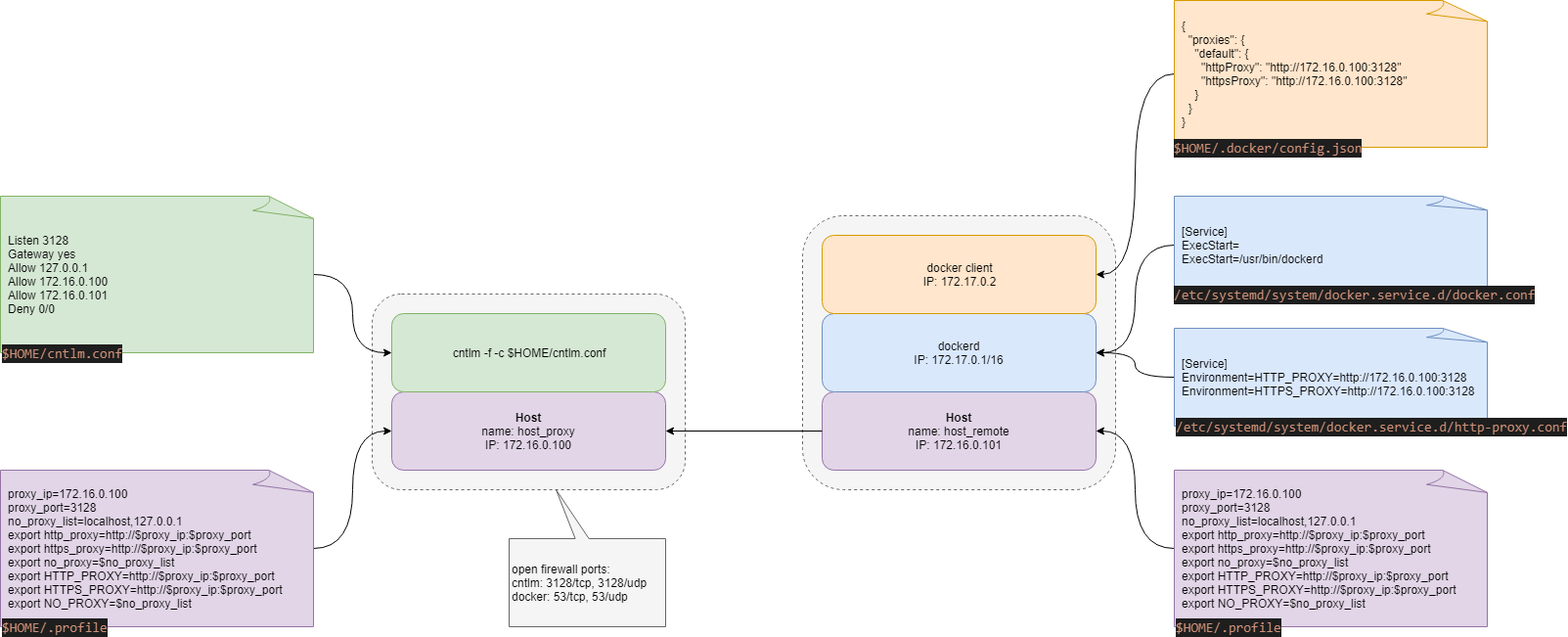
Above: docs/ProxyConfiguration.png in greenthegarden/ansible-proxy-test (draw.io), before the change. Source tidied: cells renumbered, new cells last; positions are measured from the earlier drawing's top-left corner, leaving out a move shared by most shapes.
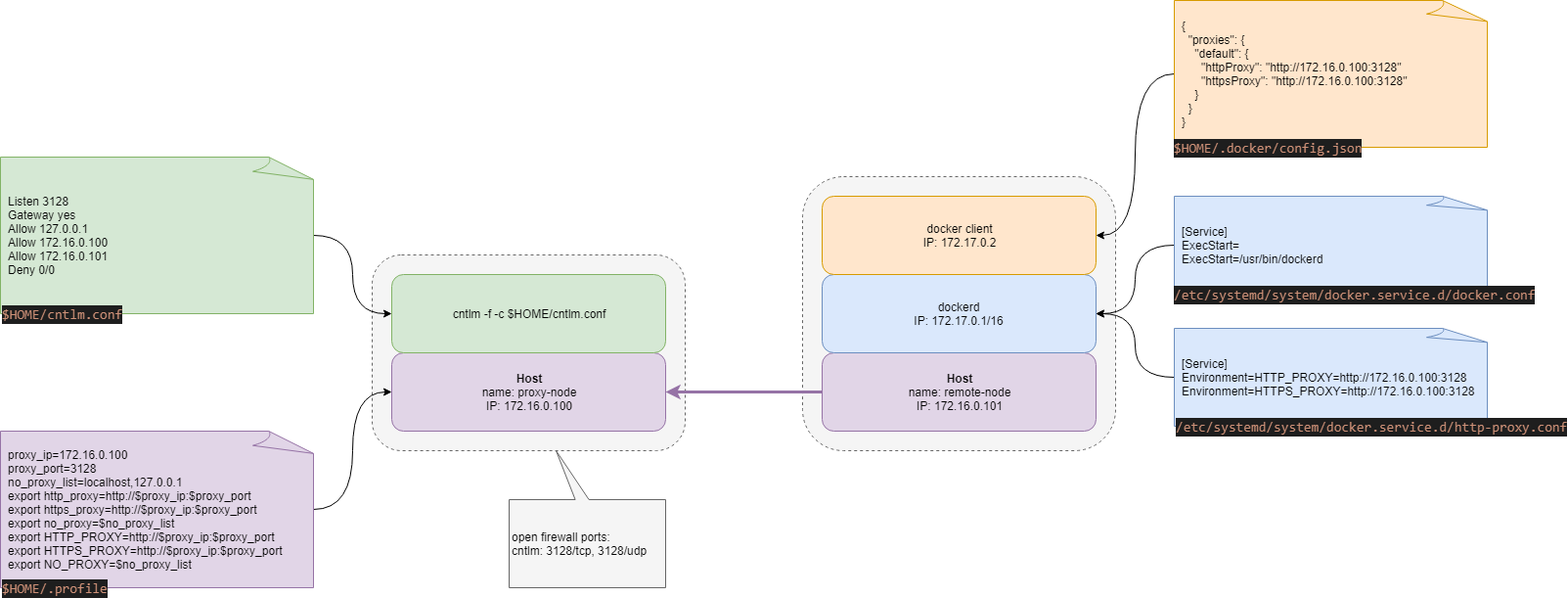
The same diagram one commit later.

The edit, as a diff of the source:
```diff
@@ -8,13 +8,13 @@
     <mxCell id="3" style="rounded=1;whiteSpace=wrap;html=1;labelBackgroundColor=#ffffff;align=left;dashed=1;fillColor=#f5f5f5;strokeColor=#666666;fontColor=#333333;" parent="1" vertex="1">
       <mxGeometry x="380" y="300" width="320" height="200" as="geometry" />
     </mxCell>
-    <mxCell id="4" value="&lt;b&gt;Host&lt;/b&gt;&lt;br&gt;name: host_proxy&lt;br&gt;IP: 172.16.0.100" style="rounded=1;whiteSpace=wrap;html=1;fillColor=#e1d5e7;strokeColor=#9673a6;" parent="1" vertex="1">
+    <mxCell id="4" value="&lt;b&gt;Host&lt;/b&gt;&lt;br&gt;name: proxy-node&lt;br&gt;IP: 172.16.0.100" style="rounded=1;whiteSpace=wrap;html=1;fillColor=#e1d5e7;strokeColor=#9673a6;" parent="1" vertex="1">
       <mxGeometry x="400" y="400" width="280" height="80" as="geometry" />
     </mxCell>
     <mxCell id="5" value="cntlm -f -c $HOME/cntlm.conf" style="rounded=1;whiteSpace=wrap;html=1;fillColor=#d5e8d4;strokeColor=#82b366;" parent="1" vertex="1">
       <mxGeometry x="400" y="320" width="280" height="80" as="geometry" />
     </mxCell>
-    <mxCell id="6" value="&lt;b&gt;Host&lt;/b&gt;&lt;br&gt;name: host_remote&lt;br&gt;IP: 172.16.0.101" style="rounded=1;whiteSpace=wrap;html=1;fillColor=#e1d5e7;strokeColor=#9673a6;" parent="1" vertex="1">
+    <mxCell id="6" value="&lt;b&gt;Host&lt;/b&gt;&lt;br&gt;name: remote-node&lt;br&gt;IP: 172.16.0.101" style="rounded=1;whiteSpace=wrap;html=1;fillColor=#e1d5e7;strokeColor=#9673a6;" parent="1" vertex="1">
       <mxGeometry x="840" y="400" width="280" height="80" as="geometry" />
     </mxCell>
     <mxCell id="7" value="dockerd&lt;br&gt;IP: 172.17.0.1/16" style="rounded=1;whiteSpace=wrap;html=1;fillColor=#dae8fc;strokeColor=#6c8ebf;" parent="1" vertex="1">
@@ -23,12 +23,9 @@
     <mxCell id="8" value="docker client&lt;br&gt;IP: 172.17.0.2" style="rounded=1;whiteSpace=wrap;html=1;fillColor=#ffe6cc;strokeColor=#d79b00;" parent="1" vertex="1">
       <mxGeometry x="840" y="240" width="280" height="80" as="geometry" />
     </mxCell>
-    <mxCell id="9" style="endArrow=classic;html=1;entryX=1;entryY=0.5;entryDx=0;entryDy=0;exitX=0;exitY=0.5;exitDx=0;exitDy=0;" parent="1" edge="1" source="6" target="4">
+    <mxCell id="9" style="endArrow=classic;html=1;entryX=1;entryY=0.5;entryDx=0;entryDy=0;exitX=0;exitY=0.5;exitDx=0;exitDy=0;fillColor=#e1d5e7;strokeColor=#9673a6;strokeWidth=3;" parent="1" edge="1" source="6" target="4">
       <mxGeometry relative="1" as="geometry" />
     </mxCell>
-    <mxCell id="10" style="endArrow=classic;html=1;exitX=0;exitY=0.5;exitDx=0;exitDy=0;exitPerimeter=0;entryX=1;entryY=0.5;entryDx=0;entryDy=0;edgeStyle=orthogonalEdgeStyle;elbow=vertical;curved=1;" parent="1" edge="1" source="27" target="6">
-      <mxGeometry relative="1" as="geometry" />
-    </mxCell>
     <mxCell id="11" style="endArrow=classic;html=1;entryX=1;entryY=0.5;entryDx=0;entryDy=0;exitX=0;exitY=0.5;exitDx=0;exitDy=0;exitPerimeter=0;edgeStyle=orthogonalEdgeStyle;curved=1;" parent="1" edge="1" source="17" target="7">
       <mxGeometry relative="1" as="geometry" />
     </mxCell>
@@ -45,7 +42,7 @@
       <mxGeometry relative="1" as="geometry" />
     </mxCell>
     <mxCell id="16" style="group;" parent="1" vertex="1">
-      <mxGeometry x="1200" y="335" width="320" height="110" as="geometry" />
+      <mxGeometry x="1200" y="375" width="320" height="110" as="geometry" />
     </mxCell>
     <mxCell id="17" value="[Service]&lt;br&gt;Environment=HTTP_PROXY=http://172.16.0.100:3128&lt;br&gt;Environment=HTTPS_PROXY=http://172.16.0.100:3128" style="whiteSpace=wrap;html=1;shape=mxgraph.basic.document;align=left;spacingLeft=5;fillColor=#dae8fc;strokeColor=#6c8ebf;" parent="16" vertex="1">
       <mxGeometry width="320" height="100" as="geometry" />
@@ -54,7 +51,7 @@
       <mxGeometry y="90" width="40" height="20" as="geometry" />
     </mxCell>
     <mxCell id="19" style="group;" parent="1" vertex="1">
-      <mxGeometry x="1200" y="200" width="320" height="110" as="geometry" />
+      <mxGeometry x="1200" y="240" width="320" height="110" as="geometry" />
     </mxCell>
     <mxCell id="20" value="[Service]&lt;br&gt;ExecStart=&lt;br&gt;ExecStart=/usr/bin/dockerd" style="whiteSpace=wrap;html=1;shape=mxgraph.basic.document;align=left;spacingLeft=5;fillColor=#dae8fc;strokeColor=#6c8ebf;" parent="19" vertex="1">
       <mxGeometry width="320" height="100" as="geometry" />
@@ -68,7 +65,7 @@
       <mxGeometry y="90" width="40" height="20" as="geometry" />
     </mxCell>
     <mxCell id="23" style="group;" parent="1" vertex="1">
-      <mxGeometry x="1200" width="320" height="160" as="geometry" />
+      <mxGeometry x="1200" y="40" width="320" height="160" as="geometry" />
     </mxCell>
     <mxCell id="24" value="{&lt;br&gt;&amp;nbsp; &quot;proxies&quot;: {&lt;br&gt;&amp;nbsp; &amp;nbsp; &quot;default&quot;: {&lt;br&gt;&amp;nbsp; &amp;nbsp; &amp;nbsp; &quot;httpProxy&quot;: &quot;http://172.16.0.100:3128&quot;&lt;br&gt;&amp;nbsp; &amp;nbsp; &amp;nbsp; &quot;httpsProxy&quot;: &quot;http://172.16.0.100:3128&quot;&lt;br&gt;&amp;nbsp; &amp;nbsp; }&lt;br&gt;&amp;nbsp; }&lt;br&gt;}" style="whiteSpace=wrap;html=1;shape=mxgraph.basic.document;align=left;spacingLeft=5;fillColor=#ffe6cc;strokeColor=#d79b00;" parent="23" vertex="1">
       <mxGeometry width="320" height="150" as="geometry" />
@@ -76,15 +73,6 @@
     <mxCell id="25" value="&lt;div style=&quot;background-color: rgb(30 , 30 , 30) ; font-family: &amp;#34;consolas&amp;#34; , &amp;#34;courier new&amp;#34; , monospace ; font-size: 14px ; line-height: 19px ; white-space: pre&quot;&gt;&lt;font color=&quot;#ce9178&quot;&gt;$HOME/.docker/config.json&lt;/font&gt;&lt;/div&gt;" style="text;html=1;strokeColor=none;fillColor=none;align=left;verticalAlign=middle;whiteSpace=wrap;rounded=0;spacing=0;" parent="23" vertex="1">
       <mxGeometry y="140" width="38.8" height="20" as="geometry" />
     </mxCell>
-    <mxCell id="26" style="group;" parent="1" vertex="1">
-      <mxGeometry x="1200" y="480" width="320" height="170" as="geometry" />
-    </mxCell>
-    <mxCell id="27" value="proxy_ip=172.16.0.100&lt;br&gt;proxy_port=3128&lt;br&gt;no_proxy_list=localhost,127.0.0.1&lt;br&gt;export http_proxy=http://$proxy_ip:$proxy_port&lt;br&gt;export&amp;nbsp;https_proxy=http://$proxy_ip:$proxy_port&lt;br&gt;export&amp;nbsp;no_proxy=$no_proxy_list&lt;br&gt;export&amp;nbsp;HTTP_PROXY=http://$proxy_ip:$proxy_port&lt;br&gt;export&amp;nbsp;HTTPS_PROXY=http://$proxy_ip:$proxy_port&lt;br&gt;export&amp;nbsp;NO_PROXY=$no_proxy_list" style="whiteSpace=wrap;html=1;shape=mxgraph.basic.document;align=left;spacingLeft=5;fillColor=#e1d5e7;strokeColor=#9673a6;" parent="26" vertex="1">
-      <mxGeometry width="320" height="160" as="geometry" />
-    </mxCell>
-    <mxCell id="28" value="&lt;div style=&quot;background-color: rgb(30 , 30 , 30) ; font-family: &amp;#34;consolas&amp;#34; , &amp;#34;courier new&amp;#34; , monospace ; font-size: 14px ; line-height: 19px ; white-space: pre&quot;&gt;&lt;font color=&quot;#ce9178&quot;&gt;$HOME/.profile&lt;/font&gt;&lt;/div&gt;" style="text;html=1;strokeColor=none;fillColor=none;align=left;verticalAlign=middle;whiteSpace=wrap;rounded=0;spacing=2;labelBorderColor=none;" parent="26" vertex="1">
-      <mxGeometry y="150" width="40" height="20" as="geometry" />
-    </mxCell>
     <mxCell id="29" style="group;" parent="1" vertex="1">
       <mxGeometry y="480" width="320" height="170" as="geometry" />
     </mxCell>
@@ -103,7 +91,7 @@
     <mxCell id="34" value="&lt;div style=&quot;background-color: rgb(30 , 30 , 30) ; font-family: &amp;#34;consolas&amp;#34; , &amp;#34;courier new&amp;#34; , monospace ; font-size: 14px ; line-height: 19px ; white-space: pre&quot;&gt;&lt;font color=&quot;#ce9178&quot;&gt;$HOME/cntlm.conf&lt;/font&gt;&lt;/div&gt;" style="text;html=1;strokeColor=none;fillColor=none;align=left;verticalAlign=middle;whiteSpace=wrap;rounded=0;spacing=2;labelBorderColor=none;" parent="32" vertex="1">
       <mxGeometry y="150" width="40" height="20" as="geometry" />
     </mxCell>
-    <mxCell id="35" value="&lt;span style=&quot;color: rgb(0 , 0 , 0) ; white-space: normal&quot;&gt;open firewall ports:&lt;/span&gt;&lt;br style=&quot;color: rgb(0 , 0 , 0) ; white-space: normal&quot;&gt;&lt;span style=&quot;color: rgb(0 , 0 , 0) ; white-space: normal&quot;&gt;cntlm: 3128/tcp, 3128/udp&lt;/span&gt;&lt;br style=&quot;color: rgb(0 , 0 , 0) ; white-space: normal&quot;&gt;&lt;span style=&quot;color: rgb(0 , 0 , 0) ; white-space: normal&quot;&gt;docker: 53/tcp, 53/udp&lt;/span&gt;" style="shape=callout;whiteSpace=wrap;html=1;perimeter=calloutPerimeter;labelBackgroundColor=none;align=left;fillColor=#f5f5f5;strokeColor=#666666;flipH=1;flipV=1;position2=0.7;base=14;size=50;position=0.49;fontColor=#333333;" parent="1" vertex="1">
+    <mxCell id="35" value="&lt;span style=&quot;color: rgb(0 , 0 , 0) ; white-space: normal&quot;&gt;open firewall ports:&lt;/span&gt;&lt;br style=&quot;color: rgb(0 , 0 , 0) ; white-space: normal&quot;&gt;&lt;span style=&quot;color: rgb(0 , 0 , 0) ; white-space: normal&quot;&gt;cntlm: 3128/tcp, 3128/udp&lt;/span&gt;" style="shape=callout;whiteSpace=wrap;html=1;perimeter=calloutPerimeter;labelBackgroundColor=none;align=left;fillColor=#f5f5f5;strokeColor=#666666;flipH=1;flipV=1;position2=0.7;base=14;size=50;position=0.49;fontColor=#333333;" parent="1" vertex="1">
       <mxGeometry x="520" y="500" width="160" height="140" as="geometry" />
     </mxCell>
   </root>
```
